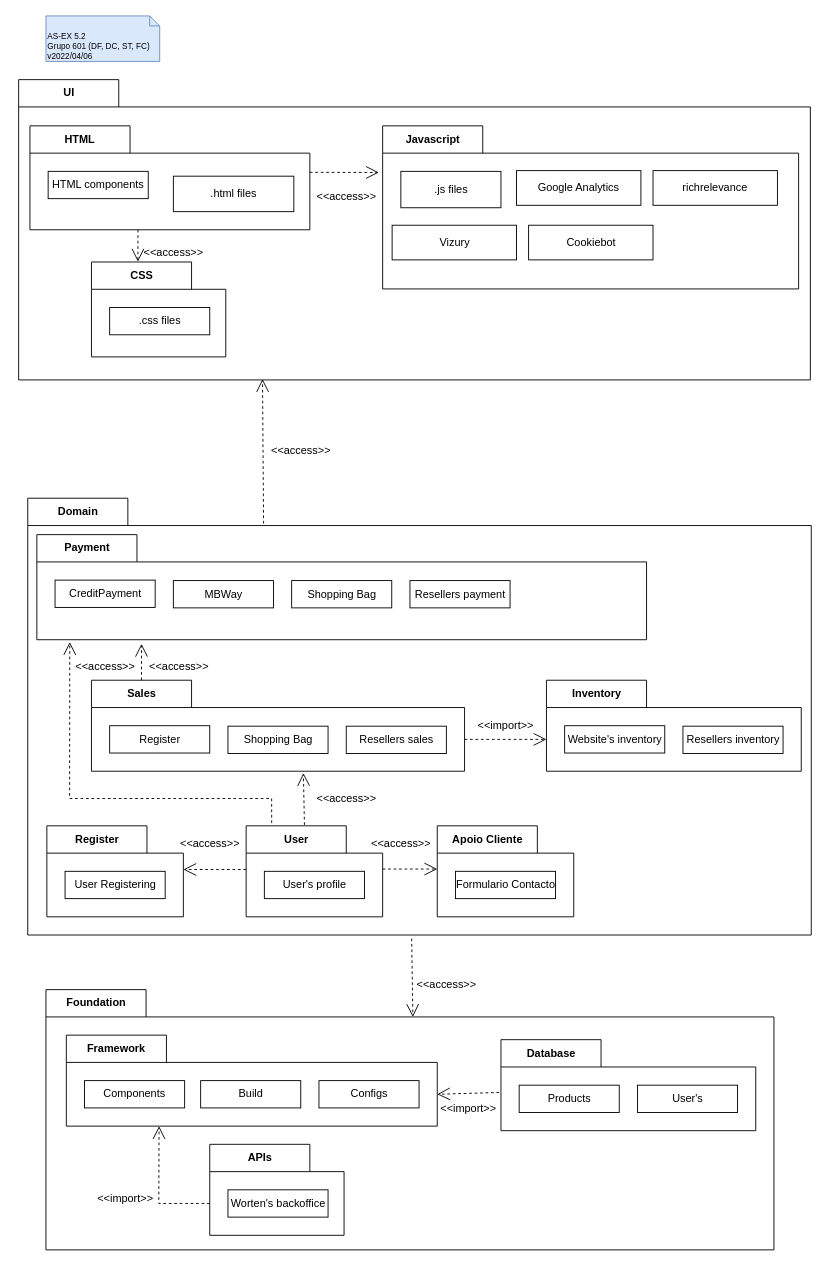
The draw.io diagram page "5.2" (1 of 3) of P/P05/P5.drawio in DavidAraujo98/AS, before the edit. Source tidied: cells renumbered, new cells numbered last; positions are measured from the earlier drawing's top-left corner, leaving out a move shared by most shapes. Both pictures are drawn from the tidied source at 91%, with x=0, y=0 at pixel (18, 15).
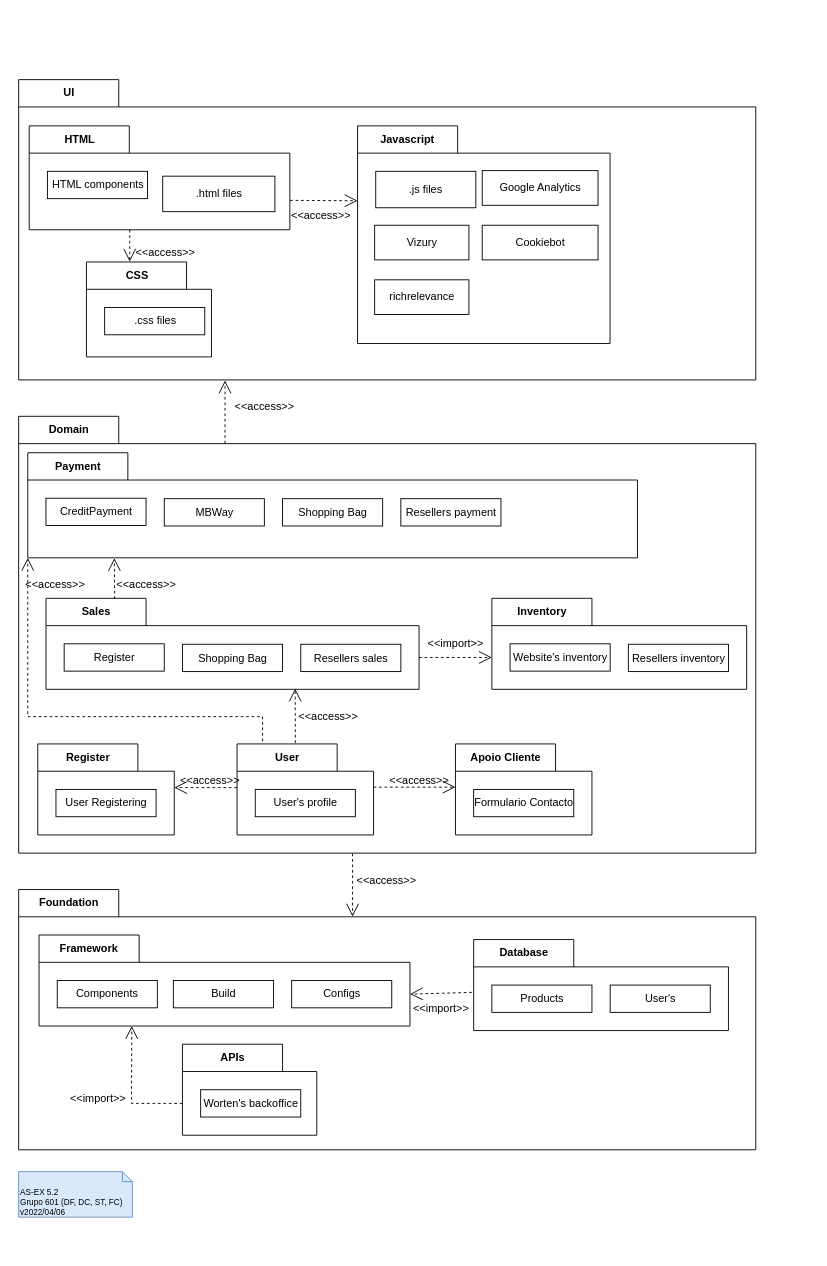
The same diagram, later.

Unchanged cells that the change refers to:
```xml
<mxCell id="35" value="Payment" style="shape=folder;fontStyle=1;tabWidth=110;tabHeight=30;tabPosition=left;html=1;boundedLbl=1;labelInHeader=1;" parent="34" vertex="1">
  <mxGeometry x="10" y="40" width="670" height="115.5" as="geometry" />
</mxCell>
<mxCell id="45" value="User" style="shape=folder;fontStyle=1;tabWidth=110;tabHeight=30;tabPosition=left;html=1;boundedLbl=1;labelInHeader=1;" parent="34" vertex="1">
  <mxGeometry x="240" y="360" width="150" height="100" as="geometry" />
</mxCell>
```

The edit, as a diff of the source:
```diff
@@
     <mxCell id="2" value="AS-EX 5.2&lt;br&gt;Grupo 601 (DF, DC, ST, FC)&lt;br&gt;v2022/04/06" style="shape=note2;boundedLbl=1;whiteSpace=wrap;html=1;size=11;verticalAlign=top;align=left;fontSize=9;fillColor=#dae8fc;strokeColor=#6c8ebf;" parent="1" vertex="1">
-      <mxGeometry x="30" width="125" height="50" as="geometry" />
+      <mxGeometry y="1270" width="125" height="50" as="geometry" />
     </mxCell>
     <mxCell id="3" value="UI" style="shape=folder;fontStyle=1;tabWidth=110;tabHeight=30;tabPosition=left;html=1;boundedLbl=1;labelInHeader=1;" parent="1" vertex="1">
-      <mxGeometry y="70" width="870" height="330" as="geometry" />
+      <mxGeometry y="70" width="810" height="330" as="geometry" />
     </mxCell>
     <mxCell id="4" style="html=1;strokeColor=none;fillColor=none;" parent="3" vertex="1">
-      <mxGeometry width="870" height="231" relative="1" as="geometry">
+      <mxGeometry width="762.91" height="231" relative="1" as="geometry">
         <mxPoint y="30" as="offset" />
       </mxGeometry>
     </mxCell>
     <mxCell id="5" value="HTML" style="shape=folder;fontStyle=1;tabWidth=110;tabHeight=30;tabPosition=left;html=1;boundedLbl=1;labelInHeader=1;" parent="3" vertex="1">
-      <mxGeometry x="12.4" y="50.8" width="307.6" height="114.2" as="geometry" />
+      <mxGeometry x="11.6" y="50.8" width="286.4" height="114.2" as="geometry" />
     </mxCell>
@@
     <mxCell id="7" value=".html files" style="html=1;" parent="5" vertex="1">
-      <mxGeometry x="157.6" y="55.3" width="132.4" height="39" as="geometry" />
+      <mxGeometry x="146.7" y="55.3" width="123.3" height="39" as="geometry" />
     </mxCell>
     <mxCell id="8" value="CSS" style="shape=folder;fontStyle=1;tabWidth=110;tabHeight=30;tabPosition=left;html=1;boundedLbl=1;labelInHeader=1;" parent="3" vertex="1">
-      <mxGeometry x="80" y="200.4" width="147.6" height="104.3" as="geometry" />
+      <mxGeometry x="74.5" y="200.4" width="137.4" height="104.3" as="geometry" />
     </mxCell>
@@
     <mxCell id="10" value="Javascript" style="shape=folder;fontStyle=1;tabWidth=110;tabHeight=30;tabPosition=left;html=1;boundedLbl=1;labelInHeader=1;" parent="3" vertex="1">
-      <mxGeometry x="400" y="50.8" width="457.1" height="179.2" as="geometry" />
+      <mxGeometry x="372.4" y="50.8" width="277.5" height="239.2" as="geometry" />
     </mxCell>
@@
     <mxCell id="12" value="Google Analytics" style="html=1;" parent="10" vertex="1">
-      <mxGeometry x="147.1" y="49.2" width="136.7" height="38.1" as="geometry" />
+      <mxGeometry x="137" y="49.2" width="127.3" height="38.1" as="geometry" />
     </mxCell>
     <mxCell id="13" value="Cookiebot" style="html=1;" parent="10" vertex="1">
-      <mxGeometry x="160.4" y="109.2" width="136.7" height="38.1" as="geometry" />
+      <mxGeometry x="137" y="109.2" width="127.3" height="38.1" as="geometry" />
     </mxCell>
     <mxCell id="14" value="Vizury" style="html=1;" parent="10" vertex="1">
-      <mxGeometry x="10.4" y="109.2" width="136.7" height="38.1" as="geometry" />
+      <mxGeometry x="18.8" y="109.2" width="103.6" height="38.1" as="geometry" />
     </mxCell>
     <mxCell id="15" value="richrelevance" style="html=1;" parent="10" vertex="1">
-      <mxGeometry x="297.1" y="49.2" width="136.7" height="38.1" as="geometry" />
+      <mxGeometry x="18.8" y="169.2" width="103.6" height="38.1" as="geometry" />
     </mxCell>
-    <mxCell id="16" style="endArrow=open;endSize=12;dashed=1;html=1;rounded=0;entryX=-0.009;entryY=0.286;entryDx=0;entryDy=0;entryPerimeter=0;exitX=0;exitY=0;exitDx=307.57;exitDy=51.056785714285716;exitPerimeter=0;" parent="3" edge="1" source="5" target="10">
+    <mxCell id="16" style="endArrow=open;endSize=12;dashed=1;html=1;rounded=0;entryX=0;entryY=0;entryDx=0;entryDy=82.3075;entryPerimeter=0;exitX=1.001;exitY=0.717;exitDx=0;exitDy=0;exitPerimeter=0;" parent="3" edge="1" source="5" target="10">
       <mxGeometry relative="1" as="geometry" />
     </mxCell>
@@
     <mxCell id="18" value="&amp;lt;&amp;lt;access&amp;gt;&amp;gt;" style="text;html=1;align=center;verticalAlign=middle;fillColor=none;strokeColor=none;rounded=0;" parent="3" vertex="1">
-      <mxGeometry x="320" y="119.4" width="80" height="20" as="geometry" />
+      <mxGeometry x="292.4" y="140" width="80" height="20" as="geometry" />
     </mxCell>
     <mxCell id="19" value="&amp;lt;&amp;lt;access&amp;gt;&amp;gt;" style="text;html=1;align=center;verticalAlign=middle;points=[];fillColor=none;strokeColor=none;rounded=0;" parent="3" vertex="1">
-      <mxGeometry x="130" y="180.4" width="80" height="20" as="geometry" />
+      <mxGeometry x="121" y="180.4" width="80" height="20" as="geometry" />
     </mxCell>
     <mxCell id="20" value="Foundation" style="shape=folder;fontStyle=1;tabWidth=110;tabHeight=30;tabPosition=left;html=1;boundedLbl=1;labelInHeader=1;" parent="1" vertex="1">
-      <mxGeometry x="30" y="1070" width="800" height="286" as="geometry" />
+      <mxGeometry y="960" width="810" height="286" as="geometry" />
     </mxCell>
@@
     <mxCell id="34" value="Domain" style="shape=folder;fontStyle=1;tabWidth=110;tabHeight=30;tabPosition=left;html=1;boundedLbl=1;labelInHeader=1;" parent="1" vertex="1">
-      <mxGeometry x="10" y="530" width="861" height="480" as="geometry" />
+      <mxGeometry y="440" width="810" height="480" as="geometry" />
     </mxCell>
@@
     <mxCell id="40" value="Inventory" style="shape=folder;fontStyle=1;tabWidth=110;tabHeight=30;tabPosition=left;html=1;boundedLbl=1;labelInHeader=1;" parent="34" vertex="1">
-      <mxGeometry x="570" y="200" width="280" height="100" as="geometry" />
+      <mxGeometry x="520" y="200" width="280" height="100" as="geometry" />
     </mxCell>
@@
     <mxCell id="47" value="Apoio Cliente" style="shape=folder;fontStyle=1;tabWidth=110;tabHeight=30;tabPosition=left;html=1;boundedLbl=1;labelInHeader=1;" parent="34" vertex="1">
-      <mxGeometry x="450" y="360" width="150" height="100" as="geometry" />
+      <mxGeometry x="480" y="360" width="150" height="100" as="geometry" />
     </mxCell>
@@
     <mxCell id="49" value="Sales" style="shape=folder;fontStyle=1;tabWidth=110;tabHeight=30;tabPosition=left;html=1;boundedLbl=1;labelInHeader=1;" parent="34" vertex="1">
-      <mxGeometry x="70" y="200" width="410" height="100" as="geometry" />
+      <mxGeometry x="30" y="200" width="410" height="100" as="geometry" />
     </mxCell>
@@
-    <mxCell id="53" style="endArrow=open;endSize=12;dashed=1;html=1;rounded=0;exitX=0;exitY=0;exitDx=55;exitDy=0;exitPerimeter=0;" parent="34" edge="1" source="49">
-      <mxGeometry relative="1" as="geometry">
-        <mxPoint x="125" y="160" as="targetPoint" />
-      </mxGeometry>
+    <mxCell id="53" style="endArrow=open;endSize=12;dashed=1;html=1;rounded=0;exitX=0.184;exitY=0.007;exitDx=0;exitDy=0;exitPerimeter=0;entryX=0.142;entryY=1.003;entryDx=0;entryDy=0;entryPerimeter=0;" parent="34" edge="1" source="49" target="35">
+      <mxGeometry relative="1" as="geometry" />
     </mxCell>
-    <mxCell id="54" style="endArrow=open;endSize=12;dashed=1;html=1;rounded=0;entryX=0.568;entryY=1.02;entryDx=0;entryDy=0;entryPerimeter=0;exitX=0.427;exitY=-0.01;exitDx=0;exitDy=0;exitPerimeter=0;" parent="34" edge="1" source="45" target="49">
+    <mxCell id="54" style="endArrow=open;endSize=12;dashed=1;html=1;rounded=0;entryX=0.668;entryY=0.993;entryDx=0;entryDy=0;entryPerimeter=0;exitX=0.427;exitY=-0.01;exitDx=0;exitDy=0;exitPerimeter=0;" parent="34" edge="1" source="45" target="49">
       <mxGeometry relative="1" as="geometry" />
     </mxCell>
@@
-    <mxCell id="58" style="endArrow=open;endSize=12;dashed=1;html=1;rounded=0;entryX=0.054;entryY=1.022;entryDx=0;entryDy=0;entryPerimeter=0;exitX=0.187;exitY=-0.03;exitDx=0;exitDy=0;exitPerimeter=0;" parent="34" edge="1" source="45" target="35">
+    <mxCell id="58" style="endArrow=open;endSize=12;dashed=1;html=1;rounded=0;entryX=0;entryY=0;entryDx=0;entryDy=115.5;entryPerimeter=0;exitX=0.187;exitY=-0.03;exitDx=0;exitDy=0;exitPerimeter=0;" parent="34" edge="1" source="45" target="35">
       <mxGeometry relative="1" as="geometry">
         <Array as="points">
           <mxPoint x="268" y="330" />
-          <mxPoint x="46" y="330" />
+          <mxPoint x="10" y="330" />
         </Array>
       </mxGeometry>
     </mxCell>
     <mxCell id="59" value="&amp;lt;&amp;lt;import&amp;gt;&amp;gt;" style="text;html=1;align=center;verticalAlign=middle;fillColor=none;strokeColor=none;rounded=0;" parent="34" vertex="1">
-      <mxGeometry x="485" y="240" width="80" height="20" as="geometry" />
+      <mxGeometry x="440" y="240" width="80" height="20" as="geometry" />
     </mxCell>
     <mxCell id="60" value="&amp;lt;&amp;lt;access&amp;gt;&amp;gt;" style="text;html=1;align=center;verticalAlign=middle;fillColor=none;strokeColor=none;rounded=0;" parent="34" vertex="1">
-      <mxGeometry x="126" y="175" width="80" height="20" as="geometry" />
+      <mxGeometry x="100" y="175" width="80" height="20" as="geometry" />
     </mxCell>
     <mxCell id="61" value="&amp;lt;&amp;lt;access&amp;gt;&amp;gt;" style="text;html=1;align=center;verticalAlign=middle;fillColor=none;strokeColor=none;rounded=0;" parent="34" vertex="1">
-      <mxGeometry x="45" y="175" width="80" height="20" as="geometry" />
+      <mxGeometry y="175" width="80" height="20" as="geometry" />
     </mxCell>
     <mxCell id="62" value="&amp;lt;&amp;lt;access&amp;gt;&amp;gt;" style="text;html=1;align=center;verticalAlign=middle;fillColor=none;strokeColor=none;rounded=0;" parent="34" vertex="1">
-      <mxGeometry x="370" y="370" width="80" height="20" as="geometry" />
+      <mxGeometry x="400" y="390" width="80" height="20" as="geometry" />
     </mxCell>
     <mxCell id="63" value="&amp;lt;&amp;lt;access&amp;gt;&amp;gt;" style="text;html=1;align=center;verticalAlign=middle;fillColor=none;strokeColor=none;rounded=0;" parent="34" vertex="1">
-      <mxGeometry x="160" y="370" width="80" height="20" as="geometry" />
+      <mxGeometry x="170" y="390" width="80" height="20" as="geometry" />
     </mxCell>
     <mxCell id="64" value="&amp;lt;&amp;lt;access&amp;gt;&amp;gt;" style="text;html=1;align=center;verticalAlign=middle;fillColor=none;strokeColor=none;rounded=0;" parent="34" vertex="1">
-      <mxGeometry x="310" y="320" width="80" height="20" as="geometry" />
+      <mxGeometry x="300" y="320" width="80" height="20" as="geometry" />
     </mxCell>
-    <mxCell id="65" style="endArrow=open;endSize=12;dashed=1;html=1;rounded=0;entryX=0.308;entryY=0.997;entryDx=0;entryDy=0;entryPerimeter=0;exitX=0.301;exitY=0.058;exitDx=0;exitDy=0;exitPerimeter=0;" parent="1" edge="1" source="34" target="3">
+    <mxCell id="65" style="endArrow=open;endSize=12;dashed=1;html=1;rounded=0;entryX=0.28;entryY=1.002;entryDx=0;entryDy=0;entryPerimeter=0;exitX=0.28;exitY=0.062;exitDx=0;exitDy=0;exitPerimeter=0;" parent="1" edge="1" source="34" target="3">
       <mxGeometry relative="1" as="geometry" />
     </mxCell>
     <mxCell id="66" value="&amp;lt;&amp;lt;access&amp;gt;&amp;gt;" style="text;html=1;align=center;verticalAlign=middle;fillColor=none;strokeColor=none;rounded=0;" parent="1" vertex="1">
-      <mxGeometry x="270" y="468" width="80" height="20" as="geometry" />
+      <mxGeometry x="230" y="420" width="80" height="20" as="geometry" />
     </mxCell>
+    <mxCell id="68" style="endArrow=open;endSize=12;dashed=1;html=1;rounded=0;exitX=0.453;exitY=1.001;exitDx=0;exitDy=0;exitPerimeter=0;entryX=0.453;entryY=0.104;entryDx=0;entryDy=0;entryPerimeter=0;" parent="1" edge="1" source="34" target="20">
+      <mxGeometry relative="1" as="geometry" />
+    </mxCell>
     <mxCell id="67" value="&amp;lt;&amp;lt;access&amp;gt;&amp;gt;" style="text;html=1;align=center;verticalAlign=middle;fillColor=none;strokeColor=none;rounded=0;" parent="1" vertex="1">
-      <mxGeometry x="430" y="1055" width="80" height="20" as="geometry" />
+      <mxGeometry x="364" y="940" width="80" height="20" as="geometry" />
     </mxCell>
-    <mxCell id="68" style="endArrow=open;endSize=12;dashed=1;html=1;rounded=0;entryX=0.504;entryY=0.105;entryDx=0;entryDy=0;entryPerimeter=0;exitX=0.49;exitY=1.008;exitDx=0;exitDy=0;exitPerimeter=0;" parent="1" edge="1" source="34" target="20">
-      <mxGeometry relative="1" as="geometry" />
-    </mxCell>
```
